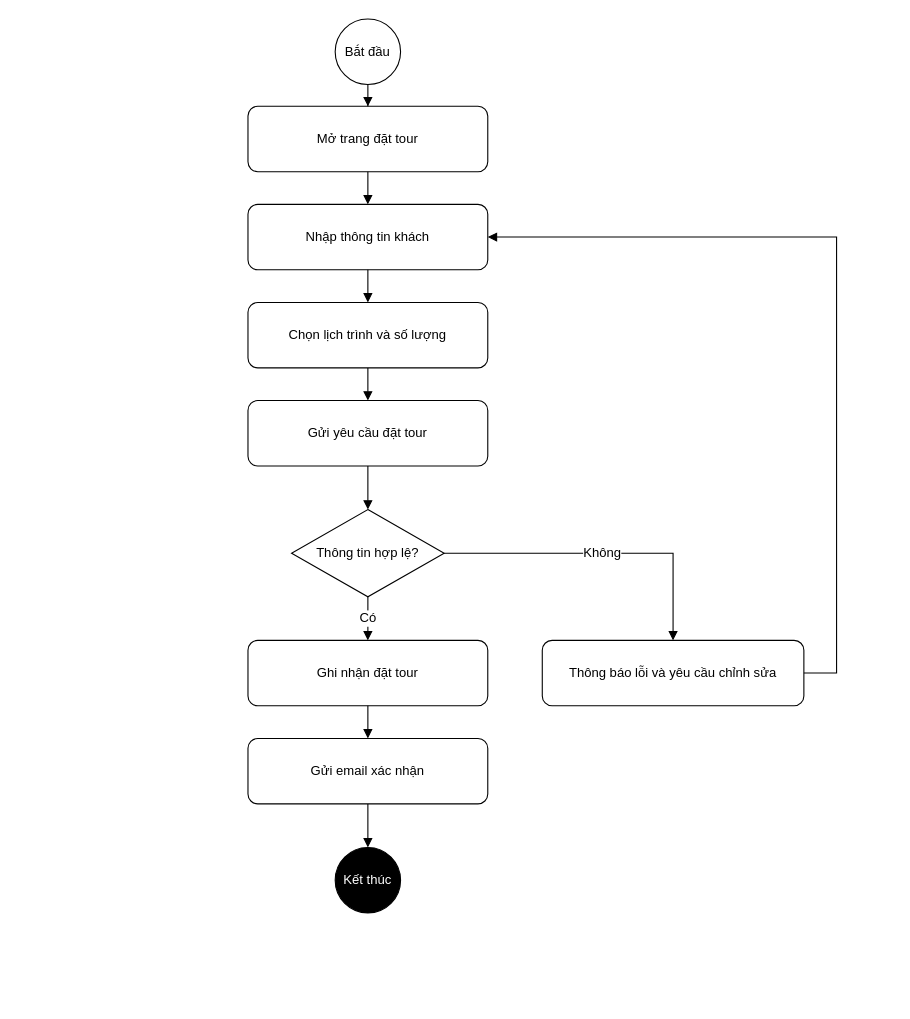
thienne1602/VieGo_Blog keeps this draw.io diagram as page "Hoạt động Đặt Tour" (3 of 5) of draw/VieGo_Activity_Diagrams.drawio. Above is the earlier version. Source tidied: cells renumbered, new cells numbered last; positions are measured from the earlier drawing's top-left corner, leaving out a move shared by most shapes. Both pictures are drawn from the tidied source at 109%, with x=0, y=0 at pixel (247, 19).
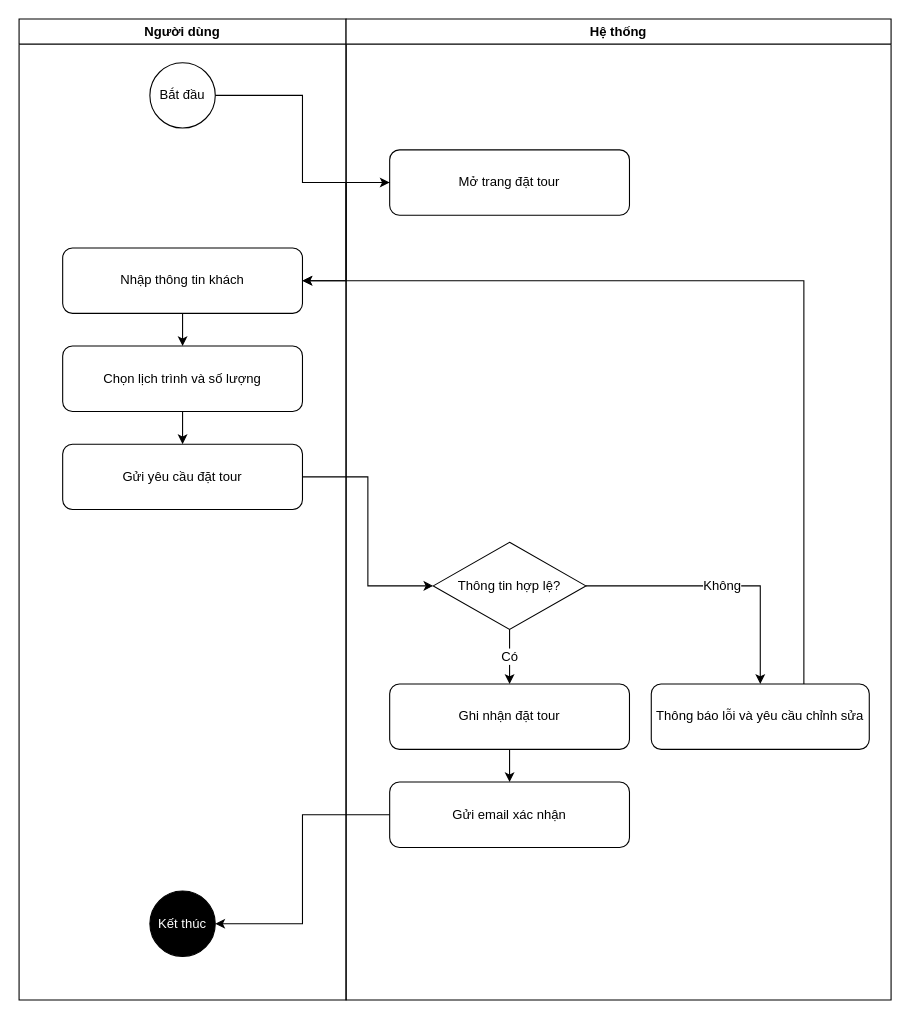
Above is the later version.

What changed in the source:
```diff
@@
+    <mxCell id="22" value="Người dùng" style="swimlane;whiteSpace=wrap;html=1;" parent="1" vertex="1">
+      <mxGeometry x="-210" width="300" height="900" as="geometry" />
+    </mxCell>
-    <mxCell id="2" value="Bắt đầu" style="ellipse;whiteSpace=wrap;html=1;" parent="1" vertex="1">
-      <mxGeometry x="80" width="60" height="60" as="geometry" />
+    <mxCell id="2" value="Bắt đầu" style="ellipse;whiteSpace=wrap;html=1;" parent="22" vertex="1">
+      <mxGeometry x="120" y="40" width="60" height="60" as="geometry" />
     </mxCell>
-    <mxCell id="3" value="Mở trang đặt tour" style="rounded=1;whiteSpace=wrap;html=1;" parent="1" vertex="1">
-      <mxGeometry y="80" width="220" height="60" as="geometry" />
-    </mxCell>
-    <mxCell id="4" value="Nhập thông tin khách" style="rounded=1;whiteSpace=wrap;html=1;" parent="1" vertex="1">
-      <mxGeometry y="170" width="220" height="60" as="geometry" />
+    <mxCell id="4" value="Nhập thông tin khách" style="rounded=1;whiteSpace=wrap;html=1;" parent="22" vertex="1">
+      <mxGeometry x="40" y="210" width="220" height="60" as="geometry" />
     </mxCell>
-    <mxCell id="5" value="Chọn lịch trình và số lượng" style="rounded=1;whiteSpace=wrap;html=1;" parent="1" vertex="1">
-      <mxGeometry y="260" width="220" height="60" as="geometry" />
+    <mxCell id="5" value="Chọn lịch trình và số lượng" style="rounded=1;whiteSpace=wrap;html=1;" parent="22" vertex="1">
+      <mxGeometry x="40" y="300" width="220" height="60" as="geometry" />
     </mxCell>
-    <mxCell id="6" value="Gửi yêu cầu đặt tour" style="rounded=1;whiteSpace=wrap;html=1;" parent="1" vertex="1">
-      <mxGeometry y="350" width="220" height="60" as="geometry" />
+    <mxCell id="6" value="Gửi yêu cầu đặt tour" style="rounded=1;whiteSpace=wrap;html=1;" parent="22" vertex="1">
+      <mxGeometry x="40" y="390" width="220" height="60" as="geometry" />
     </mxCell>
+    <mxCell id="10" value="Kết thúc" style="ellipse;whiteSpace=wrap;html=1;fillColor=#000000;fontColor=#ffffff;" parent="22" vertex="1">
+      <mxGeometry x="120" y="800" width="60" height="60" as="geometry" />
+    </mxCell>
+    <mxCell id="23" value="Hệ thống" style="swimlane;whiteSpace=wrap;html=1;" parent="1" vertex="1">
+      <mxGeometry x="90" width="500" height="900" as="geometry" />
+    </mxCell>
+    <mxCell id="3" value="Mở trang đặt tour" style="rounded=1;whiteSpace=wrap;html=1;" parent="23" vertex="1">
+      <mxGeometry x="40" y="120" width="220" height="60" as="geometry" />
+    </mxCell>
-    <mxCell id="7" value="Thông tin hợp lệ?" style="rhombus;whiteSpace=wrap;html=1;" parent="1" vertex="1">
-      <mxGeometry x="40" y="450" width="140" height="80" as="geometry" />
+    <mxCell id="7" value="Thông tin hợp lệ?" style="rhombus;whiteSpace=wrap;html=1;" parent="23" vertex="1">
+      <mxGeometry x="80" y="480" width="140" height="80" as="geometry" />
     </mxCell>
-    <mxCell id="8" value="Ghi nhận đặt tour" style="rounded=1;whiteSpace=wrap;html=1;" parent="1" vertex="1">
-      <mxGeometry y="570" width="220" height="60" as="geometry" />
+    <mxCell id="8" value="Ghi nhận đặt tour" style="rounded=1;whiteSpace=wrap;html=1;" parent="23" vertex="1">
+      <mxGeometry x="40" y="610" width="220" height="60" as="geometry" />
     </mxCell>
-    <mxCell id="9" value="Gửi email xác nhận" style="rounded=1;whiteSpace=wrap;html=1;" parent="1" vertex="1">
-      <mxGeometry y="660" width="220" height="60" as="geometry" />
+    <mxCell id="9" value="Gửi email xác nhận" style="rounded=1;whiteSpace=wrap;html=1;" parent="23" vertex="1">
+      <mxGeometry x="40" y="700" width="220" height="60" as="geometry" />
     </mxCell>
-    <mxCell id="10" value="Kết thúc" style="ellipse;whiteSpace=wrap;html=1;fillColor=#000000;fontColor=#ffffff;" parent="1" vertex="1">
-      <mxGeometry x="80" y="760" width="60" height="60" as="geometry" />
-    </mxCell>
-    <mxCell id="11" value="Thông báo lỗi và yêu cầu chỉnh sửa" style="rounded=1;whiteSpace=wrap;html=1;" parent="1" vertex="1">
-      <mxGeometry x="270" y="570" width="240" height="60" as="geometry" />
+    <mxCell id="11" value="Thông báo lỗi và yêu cầu chỉnh sửa" style="rounded=1;whiteSpace=wrap;html=1;" parent="23" vertex="1">
+      <mxGeometry x="280" y="610" width="200" height="60" as="geometry" />
     </mxCell>
-    <mxCell id="12" style="edgeStyle=orthogonalEdgeStyle;rounded=0;jettySize=auto;html=1;endArrow=block;endFill=1;" parent="1" edge="1" source="2" target="3">
+    <mxCell id="12" style="edgeStyle=orthogonalEdgeStyle;rounded=0;jettySize=auto;html=1;entryX=0;entryY=0.5;entryDx=0;entryDy=0;" parent="1" edge="1" source="2" target="3">
       <mxGeometry relative="1" as="geometry" />
     </mxCell>
-    <mxCell id="13" style="edgeStyle=orthogonalEdgeStyle;rounded=0;jettySize=auto;html=1;endArrow=block;endFill=1;" parent="1" edge="1" source="3" target="4">
+    <mxCell id="13" style="edgeStyle=orthogonalEdgeStyle;rounded=0;jettySize=auto;html=1;entryX=1;entryY=0.5;entryDx=0;entryDy=0;" parent="1" edge="1" source="3" target="4">
       <mxGeometry relative="1" as="geometry" />
     </mxCell>
-    <mxCell id="14" style="edgeStyle=orthogonalEdgeStyle;rounded=0;jettySize=auto;html=1;endArrow=block;endFill=1;" parent="1" edge="1" source="4" target="5">
+    <mxCell id="14" style="edgeStyle=orthogonalEdgeStyle;rounded=0;jettySize=auto;html=1;" parent="1" edge="1" source="4" target="5">
       <mxGeometry relative="1" as="geometry" />
     </mxCell>
-    <mxCell id="15" style="edgeStyle=orthogonalEdgeStyle;rounded=0;jettySize=auto;html=1;endArrow=block;endFill=1;" parent="1" edge="1" source="5" target="6">
+    <mxCell id="15" style="edgeStyle=orthogonalEdgeStyle;rounded=0;jettySize=auto;html=1;" parent="1" edge="1" source="5" target="6">
       <mxGeometry relative="1" as="geometry" />
     </mxCell>
-    <mxCell id="16" style="edgeStyle=orthogonalEdgeStyle;rounded=0;jettySize=auto;html=1;endArrow=block;endFill=1;" parent="1" edge="1" source="6" target="7">
+    <mxCell id="16" style="edgeStyle=orthogonalEdgeStyle;rounded=0;jettySize=auto;html=1;entryX=0;entryY=0.5;entryDx=0;entryDy=0;" parent="1" edge="1" source="6" target="7">
       <mxGeometry relative="1" as="geometry" />
     </mxCell>
-    <mxCell id="17" value="Có" style="edgeStyle=orthogonalEdgeStyle;rounded=0;jettySize=auto;html=1;endArrow=block;endFill=1;fontSize=12;" parent="1" edge="1" source="7" target="8">
+    <mxCell id="17" value="Có" style="edgeStyle=orthogonalEdgeStyle;rounded=0;jettySize=auto;html=1;fontSize=12;" parent="1" edge="1" source="7" target="8">
       <mxGeometry relative="1" as="geometry" />
     </mxCell>
-    <mxCell id="18" style="edgeStyle=orthogonalEdgeStyle;rounded=0;jettySize=auto;html=1;endArrow=block;endFill=1;" parent="1" edge="1" source="8" target="9">
+    <mxCell id="18" style="edgeStyle=orthogonalEdgeStyle;rounded=0;jettySize=auto;html=1;" parent="1" edge="1" source="8" target="9">
       <mxGeometry relative="1" as="geometry" />
     </mxCell>
-    <mxCell id="19" style="edgeStyle=orthogonalEdgeStyle;rounded=0;jettySize=auto;html=1;endArrow=block;endFill=1;" parent="1" edge="1" source="9" target="10">
+    <mxCell id="19" style="edgeStyle=orthogonalEdgeStyle;rounded=0;jettySize=auto;html=1;entryX=1;entryY=0.5;entryDx=0;entryDy=0;" parent="1" edge="1" source="9" target="10">
       <mxGeometry relative="1" as="geometry" />
     </mxCell>
-    <mxCell id="20" value="Không" style="edgeStyle=orthogonalEdgeStyle;rounded=0;jettySize=auto;html=1;endArrow=block;endFill=1;fontSize=12;" parent="1" edge="1" source="7" target="11">
+    <mxCell id="20" value="Không" style="edgeStyle=orthogonalEdgeStyle;rounded=0;jettySize=auto;html=1;fontSize=12;" parent="1" edge="1" source="7" target="11">
       <mxGeometry relative="1" as="geometry" />
     </mxCell>
-    <mxCell id="21" style="edgeStyle=orthogonalEdgeStyle;rounded=0;jettySize=auto;html=1;endArrow=block;endFill=1;" parent="1" edge="1" source="11" target="4">
+    <mxCell id="21" style="edgeStyle=orthogonalEdgeStyle;rounded=0;jettySize=auto;html=1;entryX=1;entryY=0.5;entryDx=0;entryDy=0;" parent="1" edge="1" source="11" target="4">
       <mxGeometry relative="1" as="geometry">
         <Array as="points">
-          <mxPoint x="540" y="600" />
-          <mxPoint x="540" y="200" />
+          <mxPoint x="510" y="240" />
         </Array>
       </mxGeometry>
     </mxCell>
```
